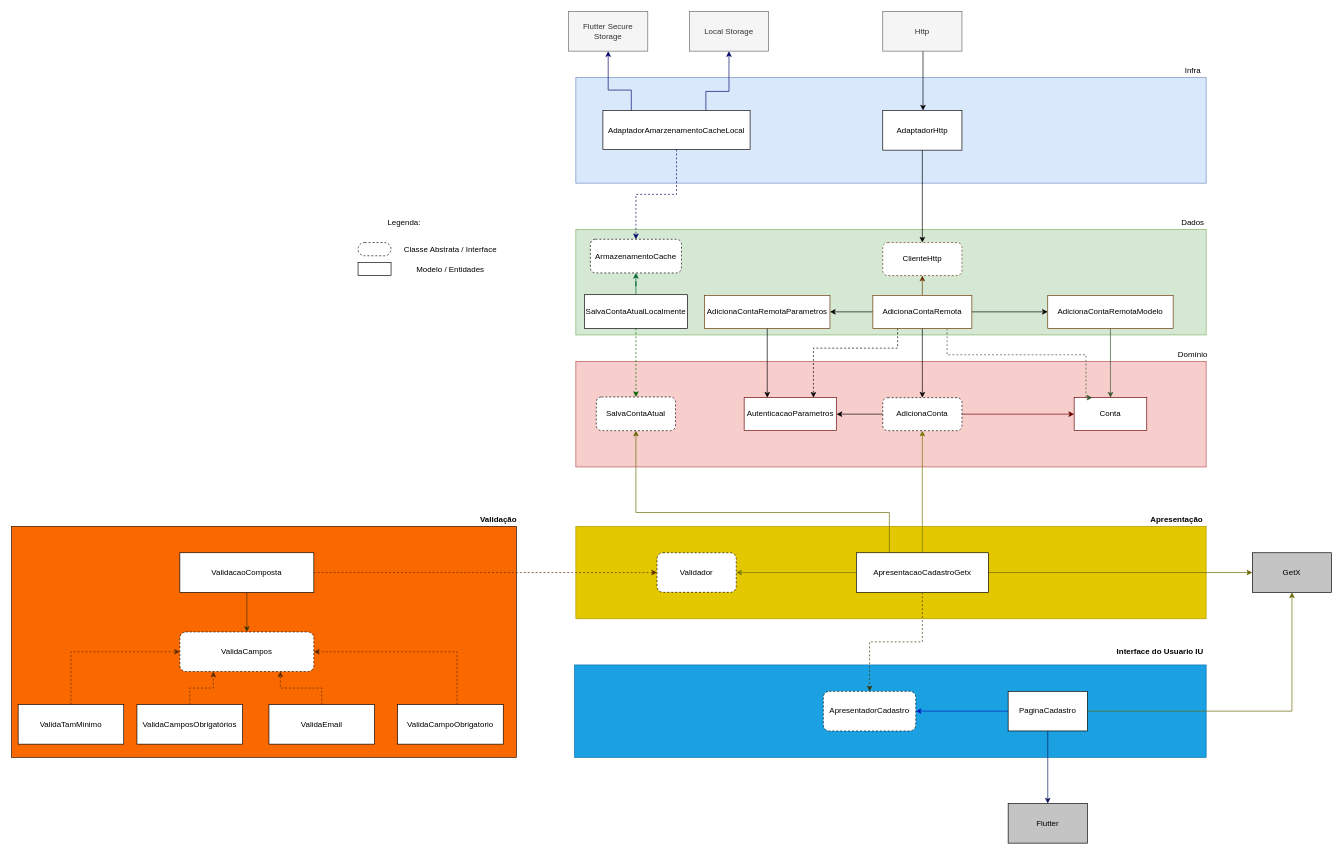
This is page "Cadastro" (3 of 4) of requisitos/Questionario - Flutter.drawio from brunopenha/questionario_flutter, a draw.io file, before an edit. Source tidied: cells renumbered, new cells numbered last; positions are measured from the earlier drawing's top-left corner, leaving out a move shared by most shapes. Both pictures are drawn from the tidied source at 66%, with x=0, y=0 at pixel (11, 11).
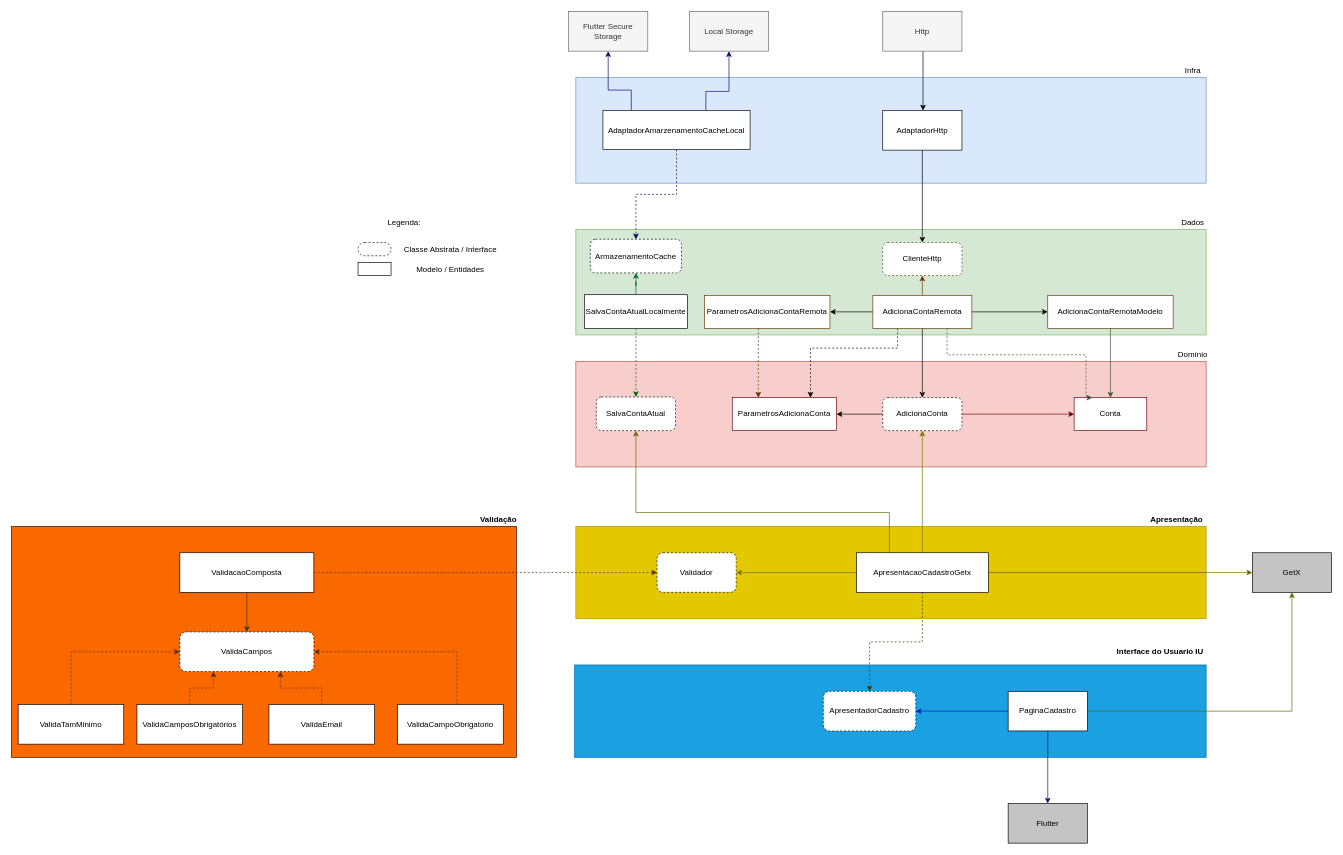
Above is the later version.

Unchanged cells that the change refers to:
```xml
<mxCell id="22" value="AdicionaContaRemota" style="rounded=0;whiteSpace=wrap;html=1;strokeColor=#663300;" parent="1" vertex="1">
  <mxGeometry x="1305" y="430" width="150" height="50" as="geometry" />
</mxCell>
```

Diff of the diagram source:
```diff
@@
     <mxCell id="20" style="edgeStyle=orthogonalEdgeStyle;rounded=0;jettySize=auto;html=1;exitX=0.25;exitY=1;exitDx=0;exitDy=0;entryX=0.75;entryY=0;entryDx=0;entryDy=0;dashed=1;" parent="1" edge="1" source="22" target="29">
       <mxGeometry relative="1" as="geometry">
         <Array as="points">
           <mxPoint x="1343" y="510" />
-          <mxPoint x="1215" y="510" />
+          <mxPoint x="1211" y="510" />
         </Array>
       </mxGeometry>
     </mxCell>
@@
-    <mxCell id="25" style="edgeStyle=orthogonalEdgeStyle;rounded=0;jettySize=auto;html=1;exitX=0.5;exitY=1;exitDx=0;exitDy=0;entryX=0.25;entryY=0;entryDx=0;entryDy=0;" parent="1" edge="1" source="26" target="29">
-      <mxGeometry relative="1" as="geometry" />
+    <mxCell id="25" style="edgeStyle=orthogonalEdgeStyle;rounded=0;jettySize=auto;html=1;entryX=0.25;entryY=0;entryDx=0;entryDy=0;dashed=1;strokeColor=#572B00;" parent="1" edge="1" source="26" target="29">
+      <mxGeometry relative="1" as="geometry">
+        <Array as="points">
+          <mxPoint x="1132" y="515" />
+        </Array>
+      </mxGeometry>
     </mxCell>
-    <mxCell id="26" value="AdicionaContaRemotaParametros" style="rounded=0;whiteSpace=wrap;html=1;strokeColor=#663300;" parent="1" vertex="1">
+    <mxCell id="26" value="ParametrosAdicionaContaRemota" style="rounded=0;whiteSpace=wrap;html=1;strokeColor=#663300;" parent="1" vertex="1">
       <mxGeometry x="1050" y="430" width="190" height="50" as="geometry" />
     </mxCell>
@@
-    <mxCell id="29" value="AutenticacaoParametros" style="rounded=0;whiteSpace=wrap;html=1;strokeColor=#660000;" parent="1" vertex="1">
-      <mxGeometry x="1110" y="585" width="140" height="50" as="geometry" />
+    <mxCell id="29" value="ParametrosAdicionaConta" style="rounded=0;whiteSpace=wrap;html=1;strokeColor=#660000;" parent="1" vertex="1">
+      <mxGeometry x="1092" y="585" width="158" height="50" as="geometry" />
     </mxCell>
```
